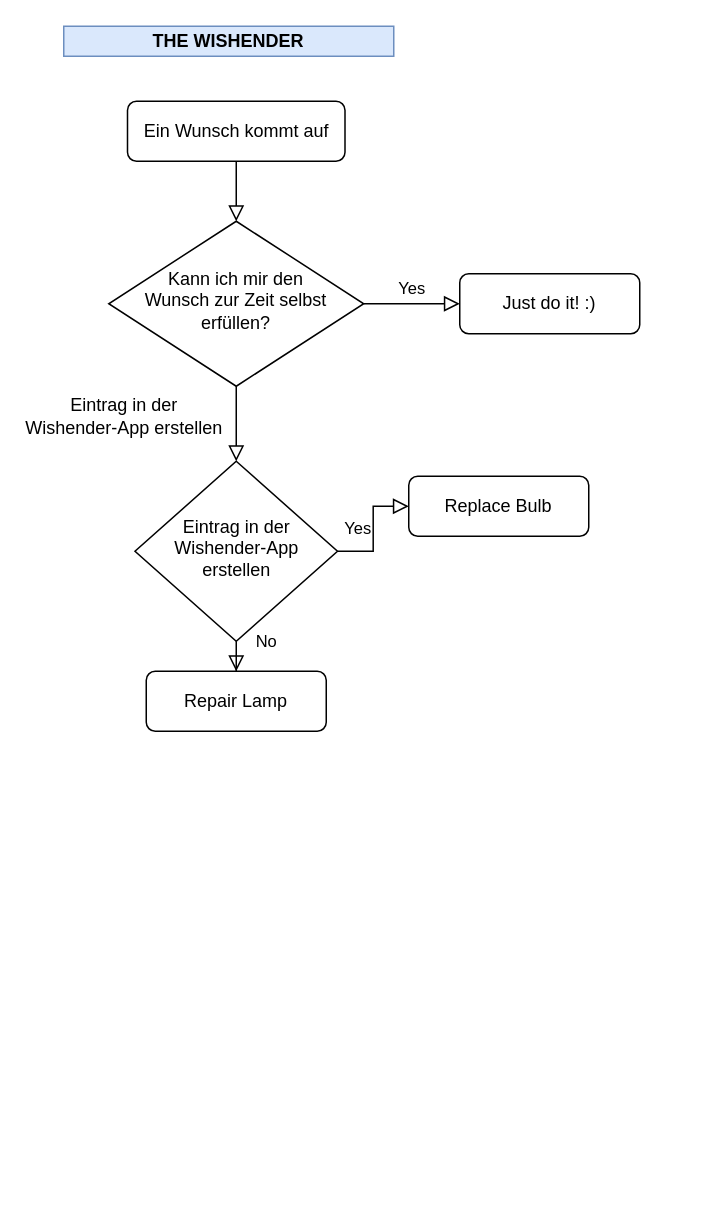
The draw.io diagram wishender.drawio in braale96/hs21_prog2, before the edit. Source tidied: cells renumbered, new cells numbered last; positions are measured from the earlier drawing's top-left corner, leaving out a move shared by most shapes. Both pictures are drawn from the tidied source at 150%, with x=0, y=0 at pixel (63, 26).
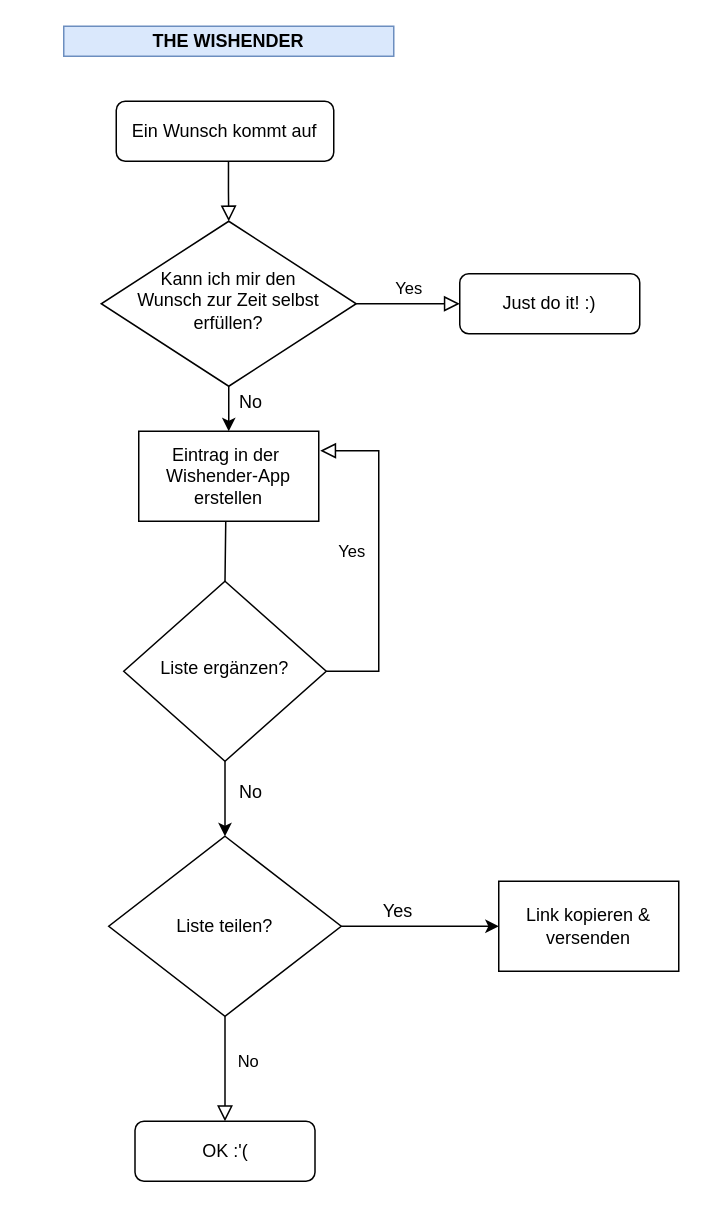
Above is the later version.

Diff of the diagram source:
```diff
@@
-    <mxCell id="2" style="rounded=0;html=1;jettySize=auto;fontSize=11;endArrow=block;endFill=0;endSize=8;strokeWidth=1;shadow=0;labelBackgroundColor=none;edgeStyle=orthogonalEdgeStyle;" parent="1" edge="1" source="3" target="6">
+    <mxCell id="2" style="rounded=0;html=1;jettySize=auto;fontSize=11;endArrow=block;endFill=0;endSize=8;strokeWidth=1;shadow=0;labelBackgroundColor=none;edgeStyle=orthogonalEdgeStyle;exitX=0.516;exitY=1.007;exitDx=0;exitDy=0;exitPerimeter=0;" parent="1" edge="1" source="3" target="6">
       <mxGeometry relative="1" as="geometry" />
     </mxCell>
     <mxCell id="3" value="Ein Wunsch kommt auf" style="rounded=1;whiteSpace=wrap;html=1;fontSize=12;glass=0;strokeWidth=1;shadow=0;" parent="1" vertex="1">
-      <mxGeometry x="42.5" y="50" width="145" height="40" as="geometry" />
+      <mxGeometry x="35" y="50" width="145" height="40" as="geometry" />
     </mxCell>
-    <mxCell id="4" value="&lt;span style=&quot;font-size: 12px&quot;&gt;Eintrag in der &lt;br&gt;Wishender-App erstellen&lt;/span&gt;" style="rounded=0;html=1;jettySize=auto;fontSize=11;endArrow=block;endFill=0;endSize=8;strokeWidth=1;shadow=0;labelBackgroundColor=none;edgeStyle=orthogonalEdgeStyle;" parent="1" edge="1" source="6" target="10">
-      <mxGeometry x="-0.2" y="-75" relative="1" as="geometry" />
-    </mxCell>
@@
+    <mxCell id="14" style="edgeStyle=orthogonalEdgeStyle;rounded=0;jettySize=auto;html=1;entryX=0.5;entryY=0;entryDx=0;entryDy=0;" parent="1" edge="1" source="6" target="4">
+      <mxGeometry relative="1" as="geometry" />
+    </mxCell>
     <mxCell id="6" value="Kann ich mir den &lt;br&gt;Wunsch zur Zeit selbst erfüllen?" style="rhombus;whiteSpace=wrap;html=1;shadow=0;fontFamily=Helvetica;fontSize=12;align=center;strokeWidth=1;spacing=6;spacingTop=-4;" parent="1" vertex="1">
-      <mxGeometry x="30" y="130" width="170" height="110" as="geometry" />
+      <mxGeometry x="25" y="130" width="170" height="110" as="geometry" />
     </mxCell>
@@
-    <mxCell id="8" value="No" style="rounded=0;html=1;jettySize=auto;fontSize=11;endArrow=block;endFill=0;endSize=8;strokeWidth=1;shadow=0;labelBackgroundColor=none;edgeStyle=orthogonalEdgeStyle;" parent="1" edge="1" source="10" target="11">
-      <mxGeometry x="0.33" y="20" relative="1" as="geometry" />
+    <mxCell id="8" value="No" style="rounded=0;html=1;jettySize=auto;fontSize=11;endArrow=block;endFill=0;endSize=8;strokeWidth=1;shadow=0;labelBackgroundColor=none;edgeStyle=orthogonalEdgeStyle;exitX=0.5;exitY=1;exitDx=0;exitDy=0;" parent="1" edge="1" source="17" target="11">
+      <mxGeometry x="-0.14" y="15" relative="1" as="geometry" />
     </mxCell>
-    <mxCell id="9" value="Yes" style="edgeStyle=orthogonalEdgeStyle;rounded=0;html=1;jettySize=auto;fontSize=11;endArrow=block;endFill=0;endSize=8;strokeWidth=1;shadow=0;labelBackgroundColor=none;" parent="1" edge="1" source="10" target="12">
-      <mxGeometry y="10" relative="1" as="geometry" />
+    <mxCell id="9" value="Yes" style="edgeStyle=orthogonalEdgeStyle;rounded=0;html=1;jettySize=auto;fontSize=11;endArrow=block;endFill=0;endSize=8;strokeWidth=1;shadow=0;labelBackgroundColor=none;exitX=1;exitY=0.5;exitDx=0;exitDy=0;" parent="1" edge="1" source="10">
+      <mxGeometry x="0.04" y="18" relative="1" as="geometry">
+        <mxPoint x="171" y="283" as="targetPoint" />
+        <Array as="points">
+          <mxPoint x="210" y="430" />
+          <mxPoint x="210" y="283" />
+        </Array>
+      </mxGeometry>
     </mxCell>
+    <mxCell id="15" style="edgeStyle=orthogonalEdgeStyle;rounded=0;jettySize=auto;html=1;" parent="1" edge="1" source="10" target="17">
+      <mxGeometry relative="1" as="geometry" />
+    </mxCell>
-    <mxCell id="10" value="Eintrag in der Wishender-App erstellen" style="rhombus;whiteSpace=wrap;html=1;shadow=0;fontFamily=Helvetica;fontSize=12;align=center;strokeWidth=1;spacing=6;spacingTop=-4;" parent="1" vertex="1">
-      <mxGeometry x="47.5" y="290" width="135" height="120" as="geometry" />
+    <mxCell id="10" value="Liste ergänzen?" style="rhombus;whiteSpace=wrap;html=1;shadow=0;fontFamily=Helvetica;fontSize=12;align=center;strokeWidth=1;spacing=6;spacingTop=-4;" parent="1" vertex="1">
+      <mxGeometry x="40" y="370" width="135" height="120" as="geometry" />
     </mxCell>
-    <mxCell id="11" value="Repair Lamp" style="rounded=1;whiteSpace=wrap;html=1;fontSize=12;glass=0;strokeWidth=1;shadow=0;" parent="1" vertex="1">
-      <mxGeometry x="55" y="430" width="120" height="40" as="geometry" />
+    <mxCell id="11" value="OK :'(" style="rounded=1;whiteSpace=wrap;html=1;fontSize=12;glass=0;strokeWidth=1;shadow=0;" parent="1" vertex="1">
+      <mxGeometry x="47.5" y="730" width="120" height="40" as="geometry" />
     </mxCell>
-    <mxCell id="12" value="Replace Bulb" style="rounded=1;whiteSpace=wrap;html=1;fontSize=12;glass=0;strokeWidth=1;shadow=0;" parent="1" vertex="1">
-      <mxGeometry x="230" y="300" width="120" height="40" as="geometry" />
-    </mxCell>
@@
+    <mxCell id="16" style="edgeStyle=orthogonalEdgeStyle;rounded=0;jettySize=auto;html=1;exitX=1;exitY=0.5;exitDx=0;exitDy=0;entryX=0;entryY=0.5;entryDx=0;entryDy=0;" parent="1" edge="1" source="17" target="22">
+      <mxGeometry relative="1" as="geometry" />
+    </mxCell>
+    <mxCell id="17" value="Liste teilen?" style="rhombus;whiteSpace=wrap;html=1;strokeWidth=1;" parent="1" vertex="1">
+      <mxGeometry x="30" y="540" width="155" height="120" as="geometry" />
+    </mxCell>
+    <mxCell id="18" value="Yes" style="text;html=1;strokeColor=none;fillColor=none;align=center;verticalAlign=middle;whiteSpace=wrap;rounded=0;" parent="1" vertex="1">
+      <mxGeometry x="202.5" y="580" width="40" height="20" as="geometry" />
+    </mxCell>
+    <mxCell id="19" style="edgeStyle=orthogonalEdgeStyle;rounded=0;jettySize=auto;html=1;entryX=0.5;entryY=0;entryDx=0;entryDy=0;exitX=0.5;exitY=1;exitDx=0;exitDy=0;endArrow=none;endFill=0;" parent="1" edge="1" source="4" target="10">
+      <mxGeometry relative="1" as="geometry">
+        <Array as="points">
+          <mxPoint x="108" y="330" />
+          <mxPoint x="108" y="330" />
+        </Array>
+      </mxGeometry>
+    </mxCell>
+    <mxCell id="4" value="Eintrag in der&amp;nbsp;&lt;br&gt;Wishender-App erstellen" style="rounded=0;whiteSpace=wrap;html=1;strokeWidth=1;" parent="1" vertex="1">
+      <mxGeometry x="50" y="270" width="120" height="60" as="geometry" />
+    </mxCell>
+    <mxCell id="20" value="No" style="text;html=1;strokeColor=none;fillColor=none;align=center;verticalAlign=middle;whiteSpace=wrap;rounded=0;" parent="1" vertex="1">
+      <mxGeometry x="105" y="241" width="40" height="20" as="geometry" />
+    </mxCell>
+    <mxCell id="21" value="No" style="text;html=1;strokeColor=none;fillColor=none;align=center;verticalAlign=middle;whiteSpace=wrap;rounded=0;" parent="1" vertex="1">
+      <mxGeometry x="105" y="501" width="40" height="20" as="geometry" />
+    </mxCell>
+    <mxCell id="22" value="Link kopieren &amp;amp; versenden" style="rounded=0;whiteSpace=wrap;html=1;strokeWidth=1;" parent="1" vertex="1">
+      <mxGeometry x="290" y="570" width="120" height="60" as="geometry" />
+    </mxCell>
```
